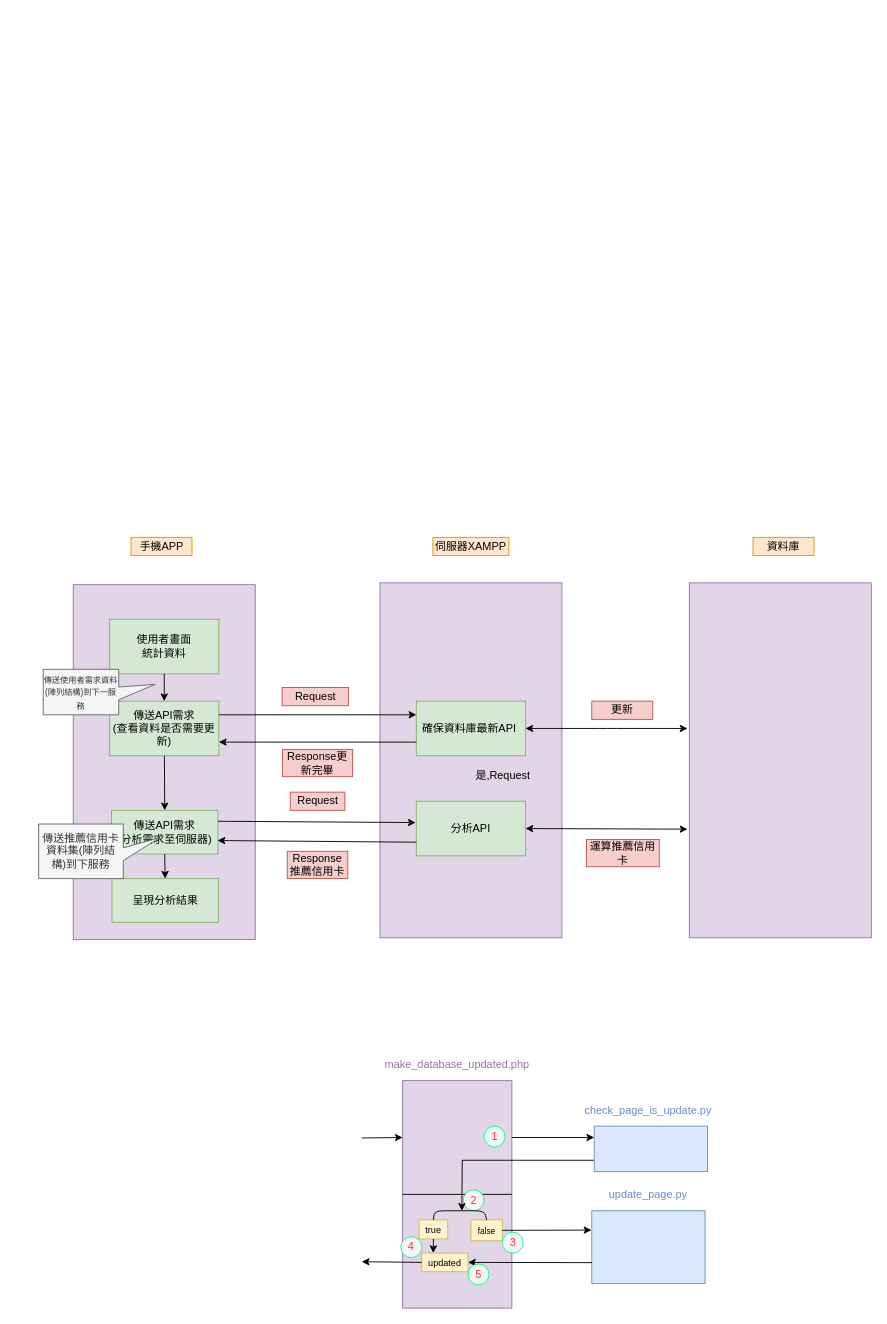
This is Untitled Diagram.drawio from a0935210570602/credit_card_analize_project, a draw.io file, before an edit. Source tidied: cells renumbered, new cells numbered last; positions are measured from the earlier drawing's top-left corner, leaving out a move shared by most shapes. Both pictures are drawn from the tidied source at 91%, with x=0, y=0 at pixel (38, 537).
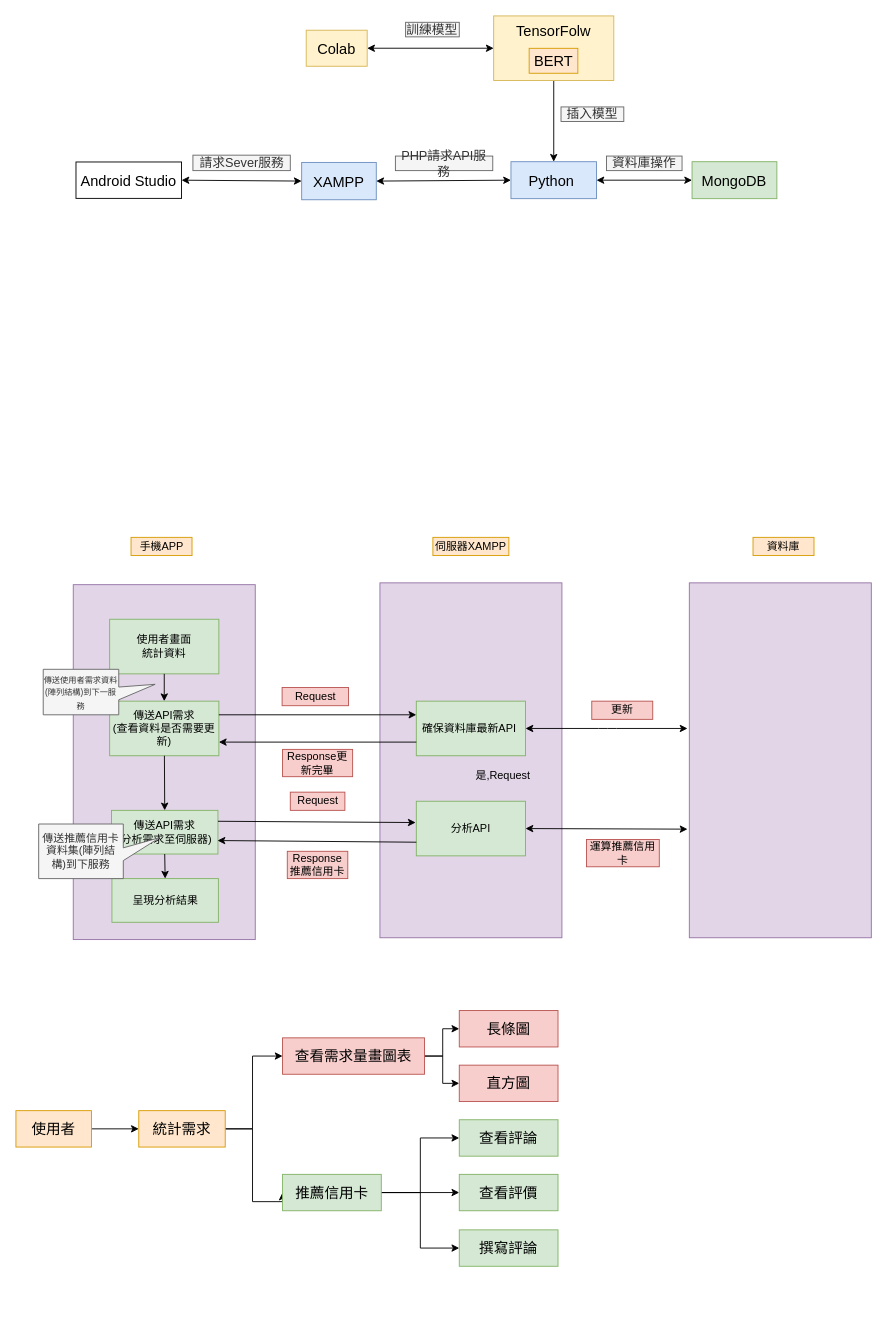
Above is the later version.

The edit, as a diff of the source:
```diff
@@
-    <mxCell id="2" style="rounded=0;whiteSpace=wrap;html=1;fillColor=#e1d5e7;strokeColor=#9673a6;" parent="1" vertex="1">
-      <mxGeometry x="400" y="597" width="120" height="250" as="geometry" />
-    </mxCell>
-    <mxCell id="3" style="endArrow=none;html=1;exitX=0;exitY=0.5;exitDx=0;exitDy=0;entryX=1;entryY=0.5;entryDx=0;entryDy=0;" parent="1" edge="1" source="2" target="2">
-      <mxGeometry relative="1" as="geometry" />
-    </mxCell>
-    <mxCell id="4" value="&lt;font color=&quot;#ff3333&quot;&gt;2&lt;/font&gt;" style="ellipse;whiteSpace=wrap;html=1;fillColor=#f5f5f5;fontColor=#333333;strokeColor=#00FF80;" parent="1" vertex="1">
-      <mxGeometry x="466.5" y="717" width="23" height="23" as="geometry" />
-    </mxCell>
@@
-    <mxCell id="34" style="edgeStyle=orthogonalEdgeStyle;rounded=0;jettySize=auto;html=1;exitX=0;exitY=0.75;exitDx=0;exitDy=0;" parent="1" edge="1" source="35">
-      <mxGeometry relative="1" as="geometry">
-        <mxPoint x="465" y="740" as="targetPoint" />
-      </mxGeometry>
-    </mxCell>
-    <mxCell id="35" style="rounded=0;whiteSpace=wrap;html=1;fillColor=#dae8fc;strokeColor=#6C8EBF;" parent="1" vertex="1">
-      <mxGeometry x="610.5" y="647" width="124.5" height="50" as="geometry" />
-    </mxCell>
-    <mxCell id="36" value="&lt;font color=&quot;#9673a6&quot;&gt;make_database_updated.php&lt;/font&gt;" style="text;html=1;strokeColor=none;fillColor=none;align=center;verticalAlign=middle;whiteSpace=wrap;rounded=0;" parent="1" vertex="1">
-      <mxGeometry x="355" y="570" width="210" height="20" as="geometry" />
-    </mxCell>
-    <mxCell id="37" value="&lt;font color=&quot;#6c8ebf&quot;&gt;check_page_is_update.py&lt;/font&gt;" style="text;html=1;strokeColor=none;fillColor=none;align=center;verticalAlign=middle;whiteSpace=wrap;rounded=0;" parent="1" vertex="1">
-      <mxGeometry x="565" y="620" width="210" height="20" as="geometry" />
-    </mxCell>
-    <mxCell id="38" style="endArrow=classic;html=1;entryX=0;entryY=0.25;entryDx=0;entryDy=0;exitX=1;exitY=0.25;exitDx=0;exitDy=0;" parent="1" edge="1" source="2" target="35">
-      <mxGeometry relative="1" as="geometry" />
-    </mxCell>
-    <mxCell id="39" style="endArrow=classic;html=1;entryX=0;entryY=0.25;entryDx=0;entryDy=0;" parent="1" edge="1" target="2">
-      <mxGeometry relative="1" as="geometry">
-        <mxPoint x="355" y="660" as="sourcePoint" />
-      </mxGeometry>
-    </mxCell>
-    <mxCell id="40" style="rounded=0;whiteSpace=wrap;html=1;" parent="1" vertex="1">
-      <mxGeometry x="595" y="720" as="geometry" />
-    </mxCell>
-    <mxCell id="41" value="&lt;p style=&quot;line-height: 120%&quot;&gt;&lt;font style=&quot;font-size: 9px&quot;&gt;false&lt;/font&gt;&lt;/p&gt;" style="text;html=1;strokeColor=#d6b656;fillColor=#fff2cc;align=center;verticalAlign=middle;whiteSpace=wrap;rounded=0;" parent="1" vertex="1">
-      <mxGeometry x="475" y="750" width="34.5" height="23" as="geometry" />
-    </mxCell>
-    <mxCell id="42" value="&lt;p style=&quot;line-height: 120%&quot;&gt;&lt;font style=&quot;font-size: 10px&quot;&gt;true&lt;/font&gt;&lt;/p&gt;" style="text;html=1;strokeColor=#d6b656;fillColor=#fff2cc;align=center;verticalAlign=middle;whiteSpace=wrap;rounded=0;" parent="1" vertex="1">
-      <mxGeometry x="418" y="750" width="31.5" height="21" as="geometry" />
-    </mxCell>
-    <mxCell id="43" style="endArrow=none;html=1;exitX=0.5;exitY=0;exitDx=0;exitDy=0;entryX=0.5;entryY=0;entryDx=0;entryDy=0;" parent="1" edge="1" source="42" target="41">
-      <mxGeometry relative="1" as="geometry">
-        <Array as="points">
-          <mxPoint x="435" y="740" />
-          <mxPoint x="490" y="740" />
-        </Array>
-      </mxGeometry>
-    </mxCell>
-    <mxCell id="44" style="rounded=0;whiteSpace=wrap;html=1;fillColor=#dae8fc;strokeColor=#6C8EBF;" parent="1" vertex="1">
-      <mxGeometry x="607.8" y="740" width="124.5" height="80" as="geometry" />
-    </mxCell>
-    <mxCell id="45" value="&lt;font color=&quot;#6c8ebf&quot;&gt;update_page.py&lt;/font&gt;" style="text;html=1;strokeColor=none;fillColor=none;align=center;verticalAlign=middle;whiteSpace=wrap;rounded=0;" parent="1" vertex="1">
-      <mxGeometry x="565" y="712" width="210" height="20" as="geometry" />
-    </mxCell>
-    <mxCell id="46" value="&lt;p style=&quot;line-height: 120%&quot;&gt;&lt;font style=&quot;font-size: 10px&quot;&gt;updated&lt;/font&gt;&lt;/p&gt;" style="text;html=1;strokeColor=#d6b656;fillColor=#fff2cc;align=center;verticalAlign=middle;whiteSpace=wrap;rounded=0;" parent="1" vertex="1">
-      <mxGeometry x="421" y="786.5" width="50.8" height="20.5" as="geometry" />
-    </mxCell>
-    <mxCell id="47" style="endArrow=classic;html=1;exitX=0.5;exitY=1;exitDx=0;exitDy=0;entryX=0.25;entryY=0;entryDx=0;entryDy=0;" parent="1" edge="1" source="42" target="46">
-      <mxGeometry relative="1" as="geometry" />
-    </mxCell>
-    <mxCell id="48" style="endArrow=classic;html=1;entryX=1;entryY=0.5;entryDx=0;entryDy=0;" parent="1" edge="1" target="46">
-      <mxGeometry relative="1" as="geometry">
-        <mxPoint x="608" y="797" as="sourcePoint" />
-      </mxGeometry>
-    </mxCell>
-    <mxCell id="49" style="endArrow=classic;html=1;exitX=1;exitY=0.5;exitDx=0;exitDy=0;entryX=-0.003;entryY=0.266;entryDx=0;entryDy=0;entryPerimeter=0;" parent="1" edge="1" source="41" target="44">
-      <mxGeometry relative="1" as="geometry" />
-    </mxCell>
-    <mxCell id="50" style="endArrow=classic;html=1;exitX=0;exitY=0.5;exitDx=0;exitDy=0;" parent="1" edge="1" source="46">
-      <mxGeometry relative="1" as="geometry">
-        <mxPoint x="355" y="796" as="targetPoint" />
-      </mxGeometry>
-    </mxCell>
-    <mxCell id="51" value="&lt;font color=&quot;#ff3333&quot;&gt;1&lt;/font&gt;" style="ellipse;whiteSpace=wrap;html=1;fillColor=#f5f5f5;fontColor=#333333;strokeColor=#00FF80;" parent="1" vertex="1">
-      <mxGeometry x="489.5" y="647" width="23" height="23" as="geometry" />
-    </mxCell>
-    <mxCell id="52" value="&lt;font color=&quot;#ff3333&quot;&gt;3&lt;/font&gt;" style="ellipse;whiteSpace=wrap;html=1;fillColor=#f5f5f5;fontColor=#333333;strokeColor=#00FF80;" parent="1" vertex="1">
-      <mxGeometry x="509.5" y="763.5" width="23" height="23" as="geometry" />
-    </mxCell>
-    <mxCell id="53" value="&lt;font color=&quot;#ff3333&quot;&gt;4&lt;/font&gt;" style="ellipse;whiteSpace=wrap;html=1;fillColor=#f5f5f5;fontColor=#333333;strokeColor=#00FF80;" parent="1" vertex="1">
-      <mxGeometry x="398" y="768.5" width="23" height="23" as="geometry" />
-    </mxCell>
-    <mxCell id="54" value="&lt;font color=&quot;#ff3333&quot;&gt;5&lt;/font&gt;" style="ellipse;whiteSpace=wrap;html=1;fillColor=#f5f5f5;fontColor=#333333;strokeColor=#00FF80;" parent="1" vertex="1">
-      <mxGeometry x="471.8" y="798.5" width="23" height="23" as="geometry" />
-    </mxCell>
@@
+    <mxCell id="56" style="edgeStyle=orthogonalEdgeStyle;rounded=0;jettySize=auto;html=1;exitX=1;exitY=0.5;exitDx=0;exitDy=0;entryX=0;entryY=0.5;entryDx=0;entryDy=0;" parent="1" edge="1" source="57" target="60">
+      <mxGeometry relative="1" as="geometry" />
+    </mxCell>
+    <mxCell id="57" value="&lt;font style=&quot;font-size: 16px&quot;&gt;使用者&lt;/font&gt;" style="rounded=0;whiteSpace=wrap;html=1;fillColor=#ffe6cc;strokeColor=#d79b00;" parent="1" vertex="1">
+      <mxGeometry x="-25" y="630" width="83" height="40" as="geometry" />
+    </mxCell>
+    <mxCell id="58" style="edgeStyle=orthogonalEdgeStyle;rounded=0;jettySize=auto;html=1;exitX=1;exitY=0.5;exitDx=0;exitDy=0;entryX=0;entryY=0.5;entryDx=0;entryDy=0;" parent="1" edge="1" source="60" target="67">
+      <mxGeometry relative="1" as="geometry">
+        <Array as="points">
+          <mxPoint x="235" y="650" />
+          <mxPoint x="235" y="730" />
+        </Array>
+      </mxGeometry>
+    </mxCell>
+    <mxCell id="59" style="edgeStyle=orthogonalEdgeStyle;rounded=0;jettySize=auto;html=1;exitX=1;exitY=0.5;exitDx=0;exitDy=0;entryX=0;entryY=0.5;entryDx=0;entryDy=0;" parent="1" edge="1" source="60" target="63">
+      <mxGeometry relative="1" as="geometry">
+        <Array as="points">
+          <mxPoint x="235" y="650" />
+          <mxPoint x="235" y="570" />
+        </Array>
+      </mxGeometry>
+    </mxCell>
+    <mxCell id="60" value="&lt;span style=&quot;font-size: 16px&quot;&gt;統計需求&lt;/span&gt;" style="rounded=0;whiteSpace=wrap;html=1;fillColor=#ffe6cc;strokeColor=#d79b00;" parent="1" vertex="1">
+      <mxGeometry x="110" y="630" width="95" height="40" as="geometry" />
+    </mxCell>
+    <mxCell id="61" style="edgeStyle=orthogonalEdgeStyle;rounded=0;jettySize=auto;html=1;exitX=1;exitY=0.5;exitDx=0;exitDy=0;entryX=0;entryY=0.5;entryDx=0;entryDy=0;" parent="1" edge="1" source="63" target="68">
+      <mxGeometry relative="1" as="geometry" />
+    </mxCell>
+    <mxCell id="62" style="edgeStyle=orthogonalEdgeStyle;rounded=0;jettySize=auto;html=1;exitX=1;exitY=0.5;exitDx=0;exitDy=0;entryX=0;entryY=0.5;entryDx=0;entryDy=0;" parent="1" edge="1" source="63" target="69">
+      <mxGeometry relative="1" as="geometry" />
+    </mxCell>
+    <mxCell id="63" value="&lt;span style=&quot;font-size: 16px&quot;&gt;查看需求量畫圖表&lt;/span&gt;" style="rounded=0;whiteSpace=wrap;html=1;fillColor=#f8cecc;strokeColor=#b85450;" parent="1" vertex="1">
+      <mxGeometry x="268" y="550" width="156" height="40" as="geometry" />
+    </mxCell>
+    <mxCell id="64" style="edgeStyle=orthogonalEdgeStyle;rounded=0;jettySize=auto;html=1;exitX=1;exitY=0.5;exitDx=0;exitDy=0;entryX=0;entryY=0.5;entryDx=0;entryDy=0;" parent="1" edge="1" source="67" target="70">
+      <mxGeometry relative="1" as="geometry" />
+    </mxCell>
+    <mxCell id="65" style="edgeStyle=orthogonalEdgeStyle;rounded=0;jettySize=auto;html=1;exitX=1;exitY=0.5;exitDx=0;exitDy=0;entryX=0;entryY=0.5;entryDx=0;entryDy=0;" parent="1" edge="1" source="67" target="71">
+      <mxGeometry relative="1" as="geometry" />
+    </mxCell>
+    <mxCell id="66" style="edgeStyle=orthogonalEdgeStyle;rounded=0;jettySize=auto;html=1;exitX=1;exitY=0.5;exitDx=0;exitDy=0;entryX=0;entryY=0.5;entryDx=0;entryDy=0;" parent="1" edge="1" source="67" target="72">
+      <mxGeometry relative="1" as="geometry" />
+    </mxCell>
+    <mxCell id="67" value="&lt;span style=&quot;font-size: 16px&quot;&gt;推薦信用卡&lt;/span&gt;" style="rounded=0;whiteSpace=wrap;html=1;fillColor=#d5e8d4;strokeColor=#82b366;" parent="1" vertex="1">
+      <mxGeometry x="268" y="700" width="108.5" height="40" as="geometry" />
+    </mxCell>
+    <mxCell id="68" value="&lt;span style=&quot;font-size: 16px&quot;&gt;長條圖&lt;/span&gt;" style="rounded=0;whiteSpace=wrap;html=1;fillColor=#f8cecc;strokeColor=#b85450;" parent="1" vertex="1">
+      <mxGeometry x="462.2" y="520" width="108.5" height="40" as="geometry" />
+    </mxCell>
+    <mxCell id="69" value="&lt;span style=&quot;font-size: 16px&quot;&gt;直方圖&lt;/span&gt;" style="rounded=0;whiteSpace=wrap;html=1;fillColor=#f8cecc;strokeColor=#b85450;" parent="1" vertex="1">
+      <mxGeometry x="462.2" y="580" width="108.5" height="40" as="geometry" />
+    </mxCell>
+    <mxCell id="70" value="&lt;span style=&quot;font-size: 16px&quot;&gt;查看評論&lt;/span&gt;" style="rounded=0;whiteSpace=wrap;html=1;fillColor=#d5e8d4;strokeColor=#82b366;" parent="1" vertex="1">
+      <mxGeometry x="462.2" y="640" width="108.5" height="40" as="geometry" />
+    </mxCell>
+    <mxCell id="71" value="&lt;span style=&quot;font-size: 16px&quot;&gt;查看評價&lt;/span&gt;" style="rounded=0;whiteSpace=wrap;html=1;fillColor=#d5e8d4;strokeColor=#82b366;" parent="1" vertex="1">
+      <mxGeometry x="462.2" y="700" width="108.5" height="40" as="geometry" />
+    </mxCell>
+    <mxCell id="72" value="&lt;span style=&quot;font-size: 16px&quot;&gt;撰寫評論&lt;/span&gt;" style="rounded=0;whiteSpace=wrap;html=1;fillColor=#d5e8d4;strokeColor=#82b366;" parent="1" vertex="1">
+      <mxGeometry x="462.2" y="761" width="108.5" height="40" as="geometry" />
+    </mxCell>
+    <mxCell id="73" value="&lt;font style=&quot;font-size: 16px&quot;&gt;Android Studio&lt;/font&gt;" style="rounded=0;whiteSpace=wrap;html=1;" parent="1" vertex="1">
+      <mxGeometry x="41" y="-412.5" width="116" height="40" as="geometry" />
+    </mxCell>
+    <mxCell id="74" value="&lt;font style=&quot;font-size: 16px&quot;&gt;XAMPP&lt;/font&gt;" style="rounded=0;whiteSpace=wrap;html=1;fillColor=#dae8fc;strokeColor=#6c8ebf;" parent="1" vertex="1">
+      <mxGeometry x="289" y="-412" width="82" height="41" as="geometry" />
+    </mxCell>
+    <mxCell id="75" value="&lt;font style=&quot;font-size: 16px&quot;&gt;Python&amp;nbsp;&lt;/font&gt;" style="rounded=0;whiteSpace=wrap;html=1;fillColor=#dae8fc;strokeColor=#6c8ebf;" parent="1" vertex="1">
+      <mxGeometry x="519" y="-412.8" width="94" height="40.6" as="geometry" />
+    </mxCell>
+    <mxCell id="76" value="&lt;font style=&quot;font-size: 16px&quot;&gt;MongoDB&lt;/font&gt;" style="rounded=0;whiteSpace=wrap;html=1;fillColor=#d5e8d4;strokeColor=#82b366;" parent="1" vertex="1">
+      <mxGeometry x="718" y="-412.8" width="93.2" height="40.6" as="geometry" />
+    </mxCell>
+    <mxCell id="77" value="&lt;font style=&quot;font-size: 16px&quot;&gt;Colab&lt;/font&gt;" style="rounded=0;whiteSpace=wrap;html=1;fillColor=#fff2cc;strokeColor=#d6b656;" parent="1" vertex="1">
+      <mxGeometry x="294" y="-557.3" width="67" height="39.6" as="geometry" />
+    </mxCell>
+    <mxCell id="78" style="edgeStyle=orthogonalEdgeStyle;rounded=0;jettySize=auto;html=1;exitX=0.5;exitY=1;exitDx=0;exitDy=0;" parent="1" edge="1" source="79" target="75">
+      <mxGeometry relative="1" as="geometry" />
+    </mxCell>
+    <mxCell id="79" style="rounded=0;whiteSpace=wrap;html=1;fillColor=#fff2cc;strokeColor=#d6b656;" parent="1" vertex="1">
+      <mxGeometry x="500" y="-573" width="132" height="71" as="geometry" />
+    </mxCell>
+    <mxCell id="80" value="&lt;font style=&quot;font-size: 16px&quot;&gt;BERT&lt;/font&gt;" style="rounded=0;whiteSpace=wrap;html=1;fillColor=#ffe6cc;strokeColor=#d79b00;" parent="1" vertex="1">
+      <mxGeometry x="539" y="-537.4" width="53.5" height="27.4" as="geometry" />
+    </mxCell>
+    <mxCell id="81" value="&lt;font style=&quot;font-size: 16px&quot;&gt;TensorFolw&lt;/font&gt;" style="text;html=1;align=center;verticalAlign=middle;whiteSpace=wrap;rounded=0;fillColor=#FFF2CC;strokeColor=#FFF2CC;" parent="1" vertex="1">
+      <mxGeometry x="524" y="-566" width="84" height="20" as="geometry" />
+    </mxCell>
+    <mxCell id="82" style="endArrow=classic;startArrow=classic;html=1;entryX=0;entryY=0.5;entryDx=0;entryDy=0;exitX=1;exitY=0.5;exitDx=0;exitDy=0;" parent="1" edge="1" source="75" target="76">
+      <mxGeometry relative="1" as="geometry" />
+    </mxCell>
+    <mxCell id="83" style="endArrow=classic;startArrow=classic;html=1;entryX=0;entryY=0.5;entryDx=0;entryDy=0;exitX=1;exitY=0.5;exitDx=0;exitDy=0;" parent="1" edge="1" source="77" target="79">
+      <mxGeometry relative="1" as="geometry" />
+    </mxCell>
+    <mxCell id="84" style="endArrow=classic;startArrow=classic;html=1;entryX=0;entryY=0.5;entryDx=0;entryDy=0;exitX=1;exitY=0.5;exitDx=0;exitDy=0;" parent="1" edge="1" source="74" target="75">
+      <mxGeometry relative="1" as="geometry" />
+    </mxCell>
+    <mxCell id="85" style="endArrow=classic;startArrow=classic;html=1;exitX=1;exitY=0.5;exitDx=0;exitDy=0;entryX=0;entryY=0.5;entryDx=0;entryDy=0;" parent="1" edge="1" source="73" target="74">
+      <mxGeometry relative="1" as="geometry" />
+    </mxCell>
+    <mxCell id="86" value="&lt;font style=&quot;font-size: 14px&quot;&gt;訓練模型&lt;/font&gt;" style="text;html=1;strokeColor=#666666;fillColor=#f5f5f5;align=center;verticalAlign=middle;whiteSpace=wrap;rounded=0;fontColor=#333333;" parent="1" vertex="1">
+      <mxGeometry x="403.2" y="-566" width="59" height="16" as="geometry" />
+    </mxCell>
+    <mxCell id="87" value="&lt;font style=&quot;font-size: 14px&quot;&gt;PHP請求API服務&lt;/font&gt;" style="text;html=1;strokeColor=#666666;fillColor=#f5f5f5;align=center;verticalAlign=middle;whiteSpace=wrap;rounded=0;fontColor=#333333;" parent="1" vertex="1">
+      <mxGeometry x="392" y="-419" width="107" height="16" as="geometry" />
+    </mxCell>
+    <mxCell id="88" value="&lt;font style=&quot;font-size: 14px&quot;&gt;插入模型&lt;/font&gt;" style="text;html=1;strokeColor=#666666;fillColor=#f5f5f5;align=center;verticalAlign=middle;whiteSpace=wrap;rounded=0;fontColor=#333333;" parent="1" vertex="1">
+      <mxGeometry x="574" y="-473" width="69" height="16" as="geometry" />
+    </mxCell>
+    <mxCell id="89" value="&lt;font style=&quot;font-size: 14px&quot;&gt;資料庫操作&lt;/font&gt;" style="text;html=1;strokeColor=#666666;fillColor=#f5f5f5;align=center;verticalAlign=middle;whiteSpace=wrap;rounded=0;fontColor=#333333;" parent="1" vertex="1">
+      <mxGeometry x="624" y="-419" width="83" height="16" as="geometry" />
+    </mxCell>
+    <mxCell id="90" value="&lt;font style=&quot;font-size: 14px&quot;&gt;請求Sever服務&lt;/font&gt;" style="text;html=1;align=center;verticalAlign=middle;whiteSpace=wrap;rounded=0;fillColor=#f5f5f5;strokeColor=#666666;fontColor=#333333;" parent="1" vertex="1">
+      <mxGeometry x="169.5" y="-420" width="107" height="17" as="geometry" />
+    </mxCell>
```
